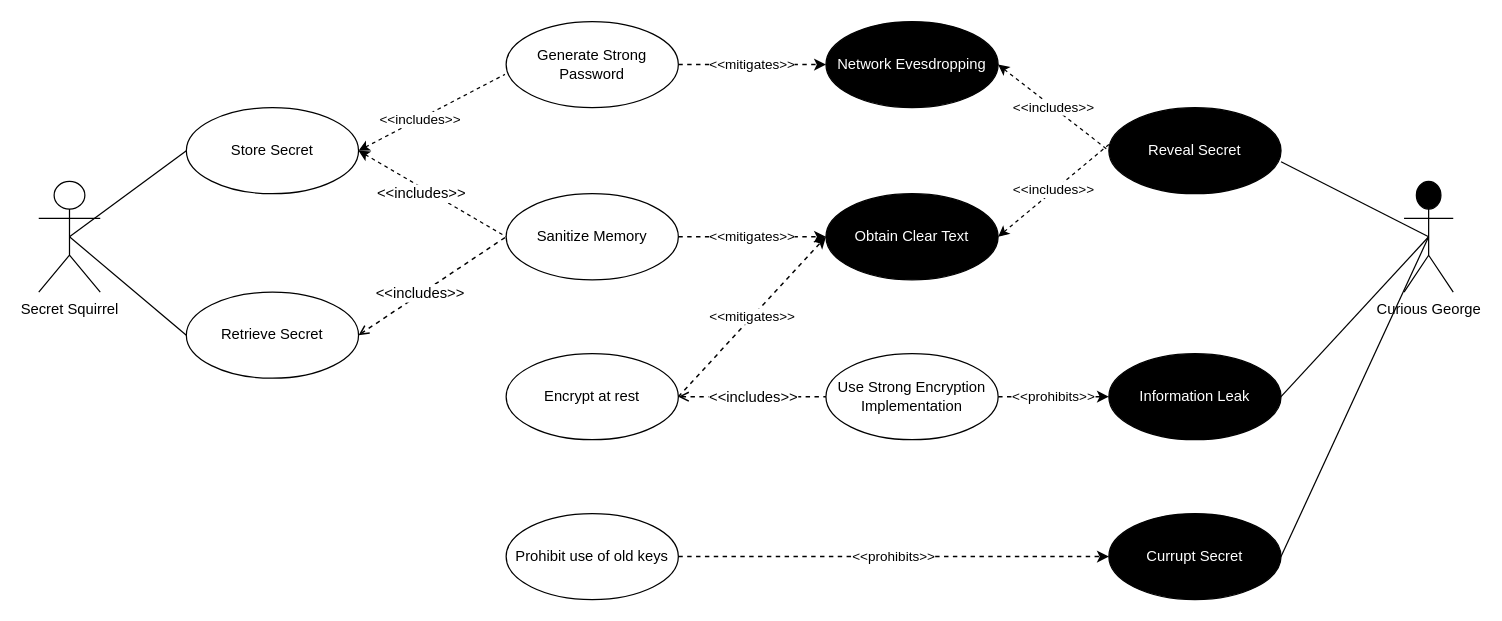
Before: page "Secrets" (3 of 5) of Images/Use Cases.drawio in sdfrench/CYBR8420-GotRoot, a draw.io diagram. Source tidied: cells renumbered, new cells numbered last; positions are measured from the earlier drawing's top-left corner, leaving out a move shared by most shapes. Both pictures are drawn from the tidied source at 123%, with x=0, y=0 at pixel (38, 21).
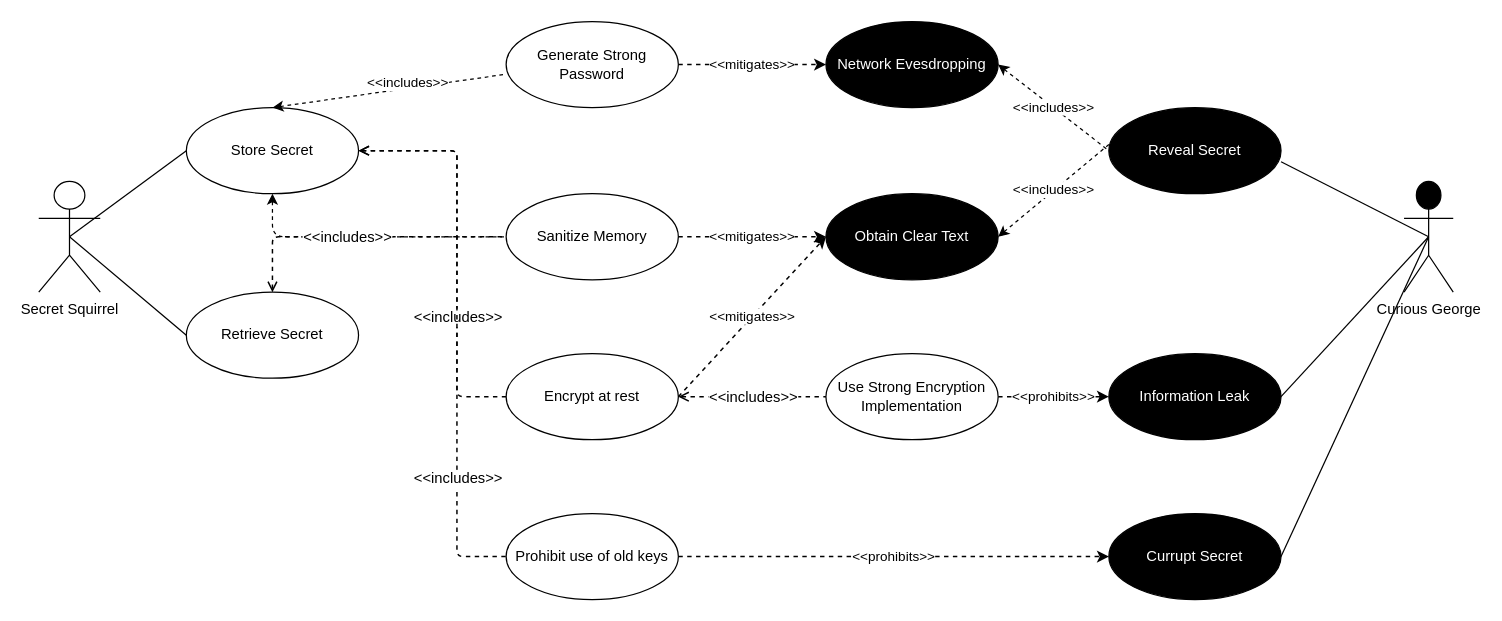
Above is the later version.

The change refers to these unchanged cells:
```xml
<mxCell id="2" value="Store Secret" style="ellipse;whiteSpace=wrap;html=1;" parent="1" vertex="1">
  <mxGeometry x="120" y="70" width="140" height="70" as="geometry" />
</mxCell>
<mxCell id="10" value="Retrieve Secret" style="ellipse;whiteSpace=wrap;html=1;" parent="1" vertex="1">
  <mxGeometry x="120" y="220" width="140" height="70" as="geometry" />
</mxCell>
<mxCell id="12" value="Generate Strong Password" style="ellipse;whiteSpace=wrap;html=1;" parent="1" vertex="1">
  <mxGeometry x="380" width="140" height="70" as="geometry" />
</mxCell>
<mxCell id="13" value="Sanitize Memory" style="ellipse;whiteSpace=wrap;html=1;" parent="1" vertex="1">
  <mxGeometry x="380" y="140" width="140" height="70" as="geometry" />
</mxCell>
<mxCell id="14" value="Encrypt at rest" style="ellipse;whiteSpace=wrap;html=1;" parent="1" vertex="1">
  <mxGeometry x="380" y="270" width="140" height="70" as="geometry" />
</mxCell>
<mxCell id="15" value="Prohibit use of old keys" style="ellipse;whiteSpace=wrap;html=1;" parent="1" vertex="1">
  <mxGeometry x="380" y="400" width="140" height="70" as="geometry" />
</mxCell>
```

Change to the diagram source:
```diff
@@
-    <mxCell id="3" style="html=1;jettySize=18;fontSize=11;strokeOpacity=100;dashed=1;strokeWidth=1.2;rounded=1;arcSize=10;startArrow=open;endArrow=none;elbow=vertical;endFill=0;entryX=0;entryY=0.5;entryDx=0;entryDy=0;exitX=1;exitY=0.5;exitDx=0;exitDy=0;" parent="1" edge="1" source="10" target="13">
-      <mxGeometry relative="1" as="geometry" />
+    <mxCell id="3" style="html=1;jettySize=18;fontSize=11;strokeOpacity=100;dashed=1;strokeWidth=1.2;rounded=1;arcSize=10;startArrow=open;endArrow=none;elbow=vertical;endFill=0;entryX=0;entryY=0.5;entryDx=0;entryDy=0;exitX=0.5;exitY=0;exitDx=0;exitDy=0;edgeStyle=orthogonalEdgeStyle;" parent="1" edge="1" source="10" target="13">
+      <mxGeometry relative="1" as="geometry">
+        <Array as="points">
+          <mxPoint x="190" y="175" />
+        </Array>
+      </mxGeometry>
     </mxCell>
-    <mxCell id="4" value="&amp;lt;&amp;lt;includes&amp;gt;&amp;gt;" style="text;html=1;labelBackgroundColor=#ffffff;align=center;verticalAlign=middle;" parent="3" vertex="1">
-      <mxGeometry relative="1" as="geometry">
-        <mxPoint x="-10" y="5" as="offset" />
-      </mxGeometry>
-    </mxCell>
-    <mxCell id="5" style="edgeStyle=orthogonalEdgeStyle;rounded=1;orthogonalLoop=1;jettySize=auto;html=1;exitX=0.25;exitY=0;exitDx=0;exitDy=0;dashed=1;startArrow=none;startFill=0;endArrow=classic;endFill=1;fontColor=#000000;" parent="3" edge="1" source="4" target="4">
-      <mxGeometry relative="1" as="geometry" />
+    <mxCell id="5" style="edgeStyle=orthogonalEdgeStyle;rounded=1;orthogonalLoop=1;jettySize=auto;html=1;exitX=0.25;exitY=0;exitDx=0;exitDy=0;dashed=1;startArrow=none;startFill=0;endArrow=classic;endFill=1;fontColor=#000000;" parent="3" edge="1">
+      <mxGeometry relative="1" as="geometry">
+        <mxPoint x="340" y="440" as="sourcePoint" />
+        <mxPoint x="340" y="440" as="targetPoint" />
+      </mxGeometry>
     </mxCell>
@@
-    <mxCell id="11" value="&amp;lt;&amp;lt;includes&amp;gt;&amp;gt;" style="edgeStyle=none;rounded=1;jettySize=auto;html=1;dashed=1;startArrow=classic;startFill=1;endArrow=none;endFill=0;fontColor=#000000;entryX=-0.007;entryY=0.614;entryDx=0;entryDy=0;entryPerimeter=0;exitX=1;exitY=0.5;exitDx=0;exitDy=0;" parent="1" edge="1" source="2" target="12">
-      <mxGeometry x="-0.17" y="-1" relative="1" as="geometry" />
+    <mxCell id="11" value="&amp;lt;&amp;lt;includes&amp;gt;&amp;gt;" style="edgeStyle=none;rounded=1;jettySize=auto;html=1;dashed=1;startArrow=classic;startFill=1;endArrow=none;endFill=0;fontColor=#000000;entryX=-0.007;entryY=0.614;entryDx=0;entryDy=0;entryPerimeter=0;exitX=0.5;exitY=0;exitDx=0;exitDy=0;" parent="1" edge="1" source="2" target="12">
+      <mxGeometry x="0.17" y="4" relative="1" as="geometry" />
     </mxCell>
@@
-    <mxCell id="25" style="rounded=1;jettySize=auto;html=1;exitX=1;exitY=0.5;exitDx=0;exitDy=0;entryX=0;entryY=0.5;entryDx=0;entryDy=0;fontColor=#FFFFFF;startArrow=classic;startFill=1;endArrow=none;endFill=0;dashed=1;" parent="1" edge="1" source="2" target="13">
-      <mxGeometry relative="1" as="geometry" />
+    <mxCell id="25" style="rounded=1;jettySize=auto;html=1;entryX=0;entryY=0.5;entryDx=0;entryDy=0;fontColor=#FFFFFF;startArrow=classic;startFill=1;endArrow=none;endFill=0;dashed=1;edgeStyle=orthogonalEdgeStyle;exitX=0.5;exitY=1;exitDx=0;exitDy=0;" parent="1" edge="1" source="2" target="13">
+      <mxGeometry relative="1" as="geometry">
+        <Array as="points">
+          <mxPoint x="190" y="175" />
+        </Array>
+      </mxGeometry>
     </mxCell>
     <mxCell id="26" value="&amp;lt;&amp;lt;includes&amp;gt;&amp;gt;" style="text;html=1;align=center;verticalAlign=middle;labelBackgroundColor=#ffffff;fontColor=#000000;" parent="25" vertex="1">
       <mxGeometry x="0.25" relative="1" as="geometry">
-        <mxPoint x="-25" y="-9" as="offset" />
+        <mxPoint x="-46" as="offset" />
       </mxGeometry>
     </mxCell>
@@
+    <mxCell id="37" style="html=1;jettySize=18;fontSize=11;strokeOpacity=100;dashed=1;strokeWidth=1.2;rounded=1;arcSize=10;startArrow=open;endArrow=none;elbow=vertical;endFill=0;entryX=0;entryY=0.5;entryDx=0;entryDy=0;exitX=1;exitY=0.5;exitDx=0;exitDy=0;edgeStyle=orthogonalEdgeStyle;" parent="1" edge="1" source="2" target="14">
+      <mxGeometry relative="1" as="geometry">
+        <Array as="points">
+          <mxPoint x="340" y="105" />
+          <mxPoint x="340" y="305" />
+        </Array>
+      </mxGeometry>
+    </mxCell>
+    <mxCell id="38" style="edgeStyle=orthogonalEdgeStyle;rounded=1;orthogonalLoop=1;jettySize=auto;html=1;exitX=0.25;exitY=0;exitDx=0;exitDy=0;dashed=1;startArrow=none;startFill=0;endArrow=classic;endFill=1;fontColor=#000000;" parent="37" edge="1">
+      <mxGeometry relative="1" as="geometry">
+        <mxPoint x="340" y="440" as="sourcePoint" />
+        <mxPoint x="340" y="440" as="targetPoint" />
+      </mxGeometry>
+    </mxCell>
+    <mxCell id="39" value="&amp;lt;&amp;lt;includes&amp;gt;&amp;gt;" style="text;html=1;align=center;verticalAlign=middle;labelBackgroundColor=#ffffff;" parent="37" vertex="1">
+      <mxGeometry x="0.73" y="-1" relative="1" as="geometry">
+        <mxPoint x="1" y="-62" as="offset" />
+      </mxGeometry>
+    </mxCell>
+    <mxCell id="40" style="html=1;jettySize=18;fontSize=11;strokeOpacity=100;dashed=1;strokeWidth=1.2;rounded=1;arcSize=10;startArrow=open;endArrow=none;elbow=vertical;endFill=0;entryX=0;entryY=0.5;entryDx=0;entryDy=0;exitX=1;exitY=0.5;exitDx=0;exitDy=0;edgeStyle=orthogonalEdgeStyle;" parent="1" edge="1" source="2" target="15">
+      <mxGeometry relative="1" as="geometry">
+        <Array as="points">
+          <mxPoint x="340" y="105" />
+          <mxPoint x="340" y="435" />
+        </Array>
+      </mxGeometry>
+    </mxCell>
+    <mxCell id="41" style="edgeStyle=orthogonalEdgeStyle;rounded=1;orthogonalLoop=1;jettySize=auto;html=1;exitX=0.25;exitY=0;exitDx=0;exitDy=0;dashed=1;startArrow=none;startFill=0;endArrow=classic;endFill=1;fontColor=#000000;" parent="40" edge="1">
+      <mxGeometry relative="1" as="geometry">
+        <mxPoint x="340" y="440" as="sourcePoint" />
+        <mxPoint x="340" y="440" as="targetPoint" />
+      </mxGeometry>
+    </mxCell>
+    <mxCell id="42" value="&amp;lt;&amp;lt;includes&amp;gt;&amp;gt;" style="text;html=1;align=center;verticalAlign=middle;labelBackgroundColor=#ffffff;" parent="40" vertex="1">
+      <mxGeometry x="0.67" y="-2" relative="1" as="geometry">
+        <mxPoint x="2" y="-30" as="offset" />
+      </mxGeometry>
+    </mxCell>
```
